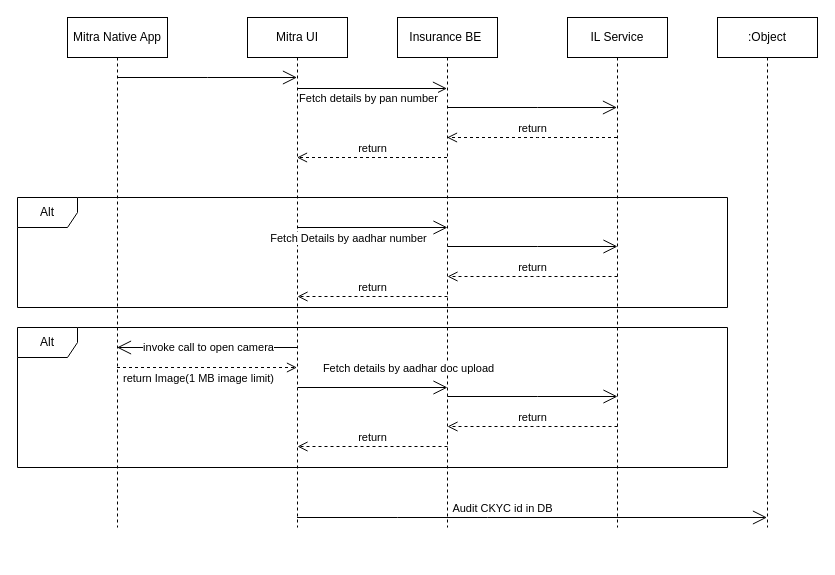
ashwiniadlakha/draw_io keeps this draw.io diagram as 2W.drawio. Above is the earlier version. Source tidied: cells renumbered, new cells numbered last; positions are measured from the earlier drawing's top-left corner, leaving out a move shared by most shapes. Both pictures are drawn from the tidied source at 100%, with x=0, y=0 at pixel (17, 17).
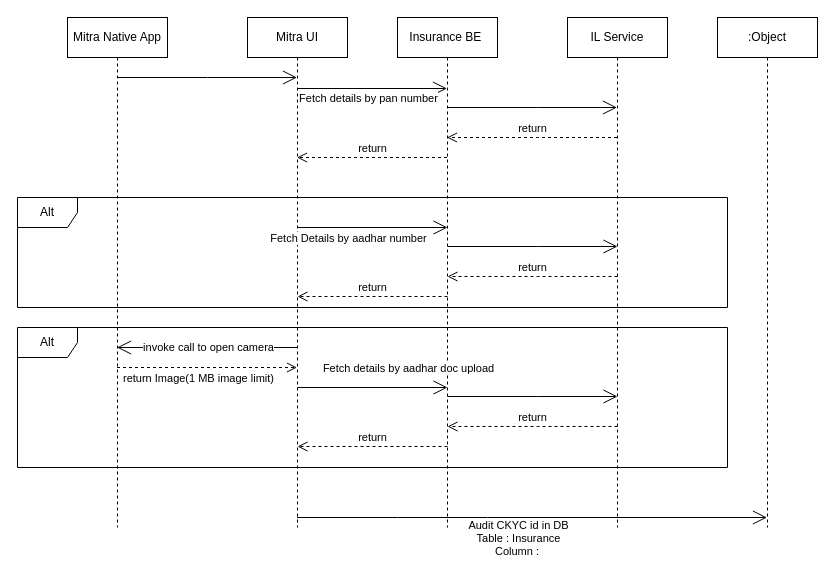
Above is the later version.

Unchanged cells that the change refers to:
```xml
<mxCell id="28" style="endArrow=open;endFill=1;endSize=12;html=1;rounded=0;" parent="1" edge="1" source="3" target="27">
  <mxGeometry relative="1" as="geometry">
    <Array as="points">
      <mxPoint x="380" y="500" />
      <mxPoint x="470" y="500" />
    </Array>
  </mxGeometry>
</mxCell>
```

Diff of the diagram source:
```diff
@@
-    <mxCell id="29" value="Audit CKYC id in DB" style="edgeLabel;html=1;align=center;verticalAlign=middle;" parent="28" vertex="1">
+    <mxCell id="29" value="Audit CKYC id in DB&lt;br&gt;Table : Insurance&lt;br&gt;Column :&amp;nbsp;" style="edgeLabel;html=1;align=center;verticalAlign=middle;" parent="28" vertex="1">
       <mxGeometry x="-0.13" y="2" relative="1" as="geometry">
-        <mxPoint x="1" y="-8" as="offset" />
+        <mxPoint x="17" y="22" as="offset" />
       </mxGeometry>
     </mxCell>
```
